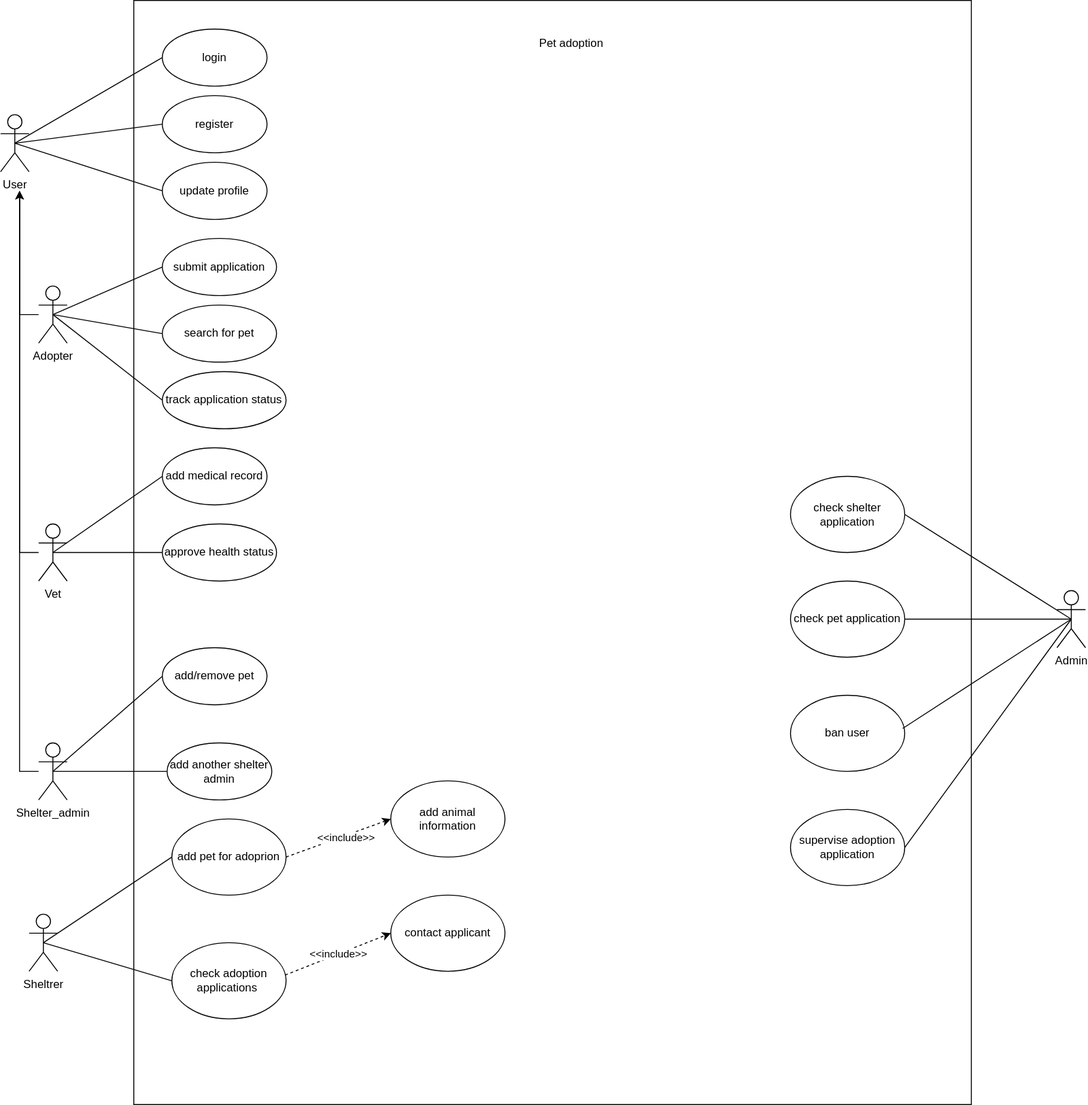
This is UseCaseDiagram.svg from Thomaskald/DistributedSystems, a draw.io export, as it was before one commit. Source tidied: cells renumbered, new cells last; positions are measured from the earlier drawing's top-left corner, leaving out a move shared by most shapes. Source of this version:
```xml
<mxGraphModel>
  <root>
    <mxCell id="0" />
    <mxCell id="1" parent="0" />
    <mxCell id="2" style="rounded=0;whiteSpace=wrap;html=1;" parent="1" vertex="1">
      <mxGeometry x="140" width="880" height="1160" as="geometry" />
    </mxCell>
    <mxCell id="3" value="Pet adoption" style="text;html=1;align=center;verticalAlign=middle;whiteSpace=wrap;rounded=0;" parent="1" vertex="1">
      <mxGeometry x="560" y="30" width="80" height="30" as="geometry" />
    </mxCell>
    <mxCell id="4" value="User" style="shape=umlActor;verticalLabelPosition=bottom;verticalAlign=top;html=1;outlineConnect=0;" parent="1" vertex="1">
      <mxGeometry y="120" width="30" height="60" as="geometry" />
    </mxCell>
    <mxCell id="5" style="edgeStyle=orthogonalEdgeStyle;rounded=0;jettySize=auto;html=1;" parent="1" edge="1" source="6">
      <mxGeometry relative="1" as="geometry">
        <mxPoint x="20" y="200" as="targetPoint" />
      </mxGeometry>
    </mxCell>
    <mxCell id="6" value="Adopter" style="shape=umlActor;verticalLabelPosition=bottom;verticalAlign=top;html=1;outlineConnect=0;" parent="1" vertex="1">
      <mxGeometry x="40" y="300" width="30" height="60" as="geometry" />
    </mxCell>
    <mxCell id="7" style="edgeStyle=orthogonalEdgeStyle;rounded=0;jettySize=auto;html=1;" parent="1" edge="1" source="8">
      <mxGeometry relative="1" as="geometry">
        <mxPoint x="20" y="200" as="targetPoint" />
      </mxGeometry>
    </mxCell>
    <mxCell id="8" value="Vet" style="shape=umlActor;verticalLabelPosition=bottom;verticalAlign=top;html=1;outlineConnect=0;" parent="1" vertex="1">
      <mxGeometry x="40" y="550" width="30" height="60" as="geometry" />
    </mxCell>
    <mxCell id="9" style="edgeStyle=orthogonalEdgeStyle;rounded=0;jettySize=auto;html=1;" parent="1" edge="1" source="10">
      <mxGeometry relative="1" as="geometry">
        <mxPoint x="20" y="200" as="targetPoint" />
      </mxGeometry>
    </mxCell>
    <mxCell id="10" value="Shelter_admin" style="shape=umlActor;verticalLabelPosition=bottom;verticalAlign=top;html=1;outlineConnect=0;" parent="1" vertex="1">
      <mxGeometry x="40" y="780" width="30" height="60" as="geometry" />
    </mxCell>
    <mxCell id="11" value="login" style="ellipse;whiteSpace=wrap;html=1;" parent="1" vertex="1">
      <mxGeometry x="170" y="30" width="110" height="60" as="geometry" />
    </mxCell>
    <mxCell id="12" style="endArrow=none;html=1;rounded=0;exitX=0.5;exitY=0.5;exitDx=0;exitDy=0;exitPerimeter=0;entryX=0;entryY=0.5;entryDx=0;entryDy=0;" parent="1" edge="1" source="4" target="11">
      <mxGeometry relative="1" as="geometry" />
    </mxCell>
    <mxCell id="13" value="register" style="ellipse;whiteSpace=wrap;html=1;" parent="1" vertex="1">
      <mxGeometry x="170" y="100" width="110" height="60" as="geometry" />
    </mxCell>
    <mxCell id="14" style="endArrow=none;html=1;rounded=0;exitX=0.5;exitY=0.5;exitDx=0;exitDy=0;exitPerimeter=0;entryX=0;entryY=0.5;entryDx=0;entryDy=0;" parent="1" edge="1" source="4" target="13">
      <mxGeometry relative="1" as="geometry" />
    </mxCell>
    <mxCell id="15" value="update profile" style="ellipse;whiteSpace=wrap;html=1;" parent="1" vertex="1">
      <mxGeometry x="170" y="170" width="110" height="60" as="geometry" />
    </mxCell>
    <mxCell id="16" style="endArrow=none;html=1;rounded=0;exitX=0.5;exitY=0.5;exitDx=0;exitDy=0;exitPerimeter=0;entryX=0;entryY=0.5;entryDx=0;entryDy=0;" parent="1" edge="1" source="4" target="15">
      <mxGeometry relative="1" as="geometry" />
    </mxCell>
    <mxCell id="17" value="submit application" style="ellipse;whiteSpace=wrap;html=1;" parent="1" vertex="1">
      <mxGeometry x="170" y="250" width="120" height="60" as="geometry" />
    </mxCell>
    <mxCell id="18" style="endArrow=none;html=1;rounded=0;entryX=0;entryY=0.5;entryDx=0;entryDy=0;exitX=0.5;exitY=0.5;exitDx=0;exitDy=0;exitPerimeter=0;" parent="1" edge="1" source="6" target="17">
      <mxGeometry relative="1" as="geometry" />
    </mxCell>
    <mxCell id="19" value="search for pet" style="ellipse;whiteSpace=wrap;html=1;" parent="1" vertex="1">
      <mxGeometry x="170" y="320" width="120" height="60" as="geometry" />
    </mxCell>
    <mxCell id="20" style="endArrow=none;html=1;rounded=0;entryX=0;entryY=0.5;entryDx=0;entryDy=0;exitX=0.5;exitY=0.5;exitDx=0;exitDy=0;exitPerimeter=0;" parent="1" edge="1" source="6" target="19">
      <mxGeometry relative="1" as="geometry" />
    </mxCell>
    <mxCell id="21" value="track application status" style="ellipse;whiteSpace=wrap;html=1;" parent="1" vertex="1">
      <mxGeometry x="170" y="390" width="130" height="60" as="geometry" />
    </mxCell>
    <mxCell id="22" style="endArrow=none;html=1;rounded=0;exitX=0.5;exitY=0.5;exitDx=0;exitDy=0;exitPerimeter=0;entryX=0;entryY=0.5;entryDx=0;entryDy=0;" parent="1" edge="1" source="6" target="21">
      <mxGeometry relative="1" as="geometry" />
    </mxCell>
    <mxCell id="23" value="add medical record" style="ellipse;whiteSpace=wrap;html=1;" parent="1" vertex="1">
      <mxGeometry x="170" y="470" width="110" height="60" as="geometry" />
    </mxCell>
    <mxCell id="24" style="endArrow=none;html=1;rounded=0;exitX=0.5;exitY=0.5;exitDx=0;exitDy=0;exitPerimeter=0;entryX=0;entryY=0.5;entryDx=0;entryDy=0;" parent="1" edge="1" source="8" target="23">
      <mxGeometry relative="1" as="geometry" />
    </mxCell>
    <mxCell id="25" value="approve health status" style="ellipse;whiteSpace=wrap;html=1;" parent="1" vertex="1">
      <mxGeometry x="170" y="550" width="120" height="60" as="geometry" />
    </mxCell>
    <mxCell id="26" style="endArrow=none;html=1;rounded=0;exitX=0.5;exitY=0.5;exitDx=0;exitDy=0;exitPerimeter=0;entryX=0;entryY=0.5;entryDx=0;entryDy=0;" parent="1" edge="1" source="8" target="25">
      <mxGeometry relative="1" as="geometry" />
    </mxCell>
    <mxCell id="27" value="add/remove pet" style="ellipse;whiteSpace=wrap;html=1;" parent="1" vertex="1">
      <mxGeometry x="170" y="680" width="110" height="60" as="geometry" />
    </mxCell>
    <mxCell id="28" style="endArrow=none;html=1;rounded=0;exitX=0.5;exitY=0.5;exitDx=0;exitDy=0;exitPerimeter=0;entryX=0;entryY=0.5;entryDx=0;entryDy=0;" parent="1" edge="1" source="10" target="27">
      <mxGeometry relative="1" as="geometry" />
    </mxCell>
    <mxCell id="29" value="add another shelter admin" style="ellipse;whiteSpace=wrap;html=1;" parent="1" vertex="1">
      <mxGeometry x="175" y="780" width="110" height="60" as="geometry" />
    </mxCell>
    <mxCell id="30" style="endArrow=none;html=1;rounded=0;exitX=0.5;exitY=0.5;exitDx=0;exitDy=0;exitPerimeter=0;entryX=0;entryY=0.5;entryDx=0;entryDy=0;" parent="1" edge="1" source="10" target="29">
      <mxGeometry relative="1" as="geometry" />
    </mxCell>
    <mxCell id="31" value="Sheltrer" style="shape=umlActor;verticalLabelPosition=bottom;verticalAlign=top;html=1;outlineConnect=0;" parent="1" vertex="1">
      <mxGeometry x="30" y="960" width="30" height="60" as="geometry" />
    </mxCell>
    <mxCell id="32" value="add pet for adoprion" style="ellipse;whiteSpace=wrap;html=1;" parent="1" vertex="1">
      <mxGeometry x="180" y="860" width="120" height="80" as="geometry" />
    </mxCell>
    <mxCell id="33" style="endArrow=none;html=1;rounded=0;exitX=0.5;exitY=0.5;exitDx=0;exitDy=0;exitPerimeter=0;entryX=0;entryY=0.5;entryDx=0;entryDy=0;" parent="1" edge="1" source="31" target="32">
      <mxGeometry relative="1" as="geometry" />
    </mxCell>
    <mxCell id="34" style="endArrow=classic;html=1;rounded=0;dashed=1;exitX=1;exitY=0.5;exitDx=0;exitDy=0;entryX=0;entryY=0.5;entryDx=0;entryDy=0;" parent="1" edge="1" source="32" target="37">
      <mxGeometry relative="1" as="geometry" />
    </mxCell>
    <mxCell id="35" value="Label" style="edgeLabel;html=1;align=center;verticalAlign=middle;" parent="34" vertex="1">
      <mxGeometry relative="1" as="geometry" />
    </mxCell>
    <mxCell id="36" value="&amp;lt;&amp;lt;include&amp;gt;&amp;gt;" style="edgeLabel;html=1;align=center;verticalAlign=middle;" parent="34" vertex="1">
      <mxGeometry x="0.12" y="-2" relative="1" as="geometry" />
    </mxCell>
    <mxCell id="37" value="add animal information" style="ellipse;whiteSpace=wrap;html=1;" parent="1" vertex="1">
      <mxGeometry x="410" y="820" width="120" height="80" as="geometry" />
    </mxCell>
    <mxCell id="38" value="check adoption applications&amp;nbsp;" style="ellipse;whiteSpace=wrap;html=1;" parent="1" vertex="1">
      <mxGeometry x="180" y="990" width="120" height="80" as="geometry" />
    </mxCell>
    <mxCell id="39" style="endArrow=none;html=1;rounded=0;exitX=0.5;exitY=0.5;exitDx=0;exitDy=0;exitPerimeter=0;entryX=0;entryY=0.5;entryDx=0;entryDy=0;" parent="1" edge="1" source="31" target="38">
      <mxGeometry relative="1" as="geometry" />
    </mxCell>
    <mxCell id="40" style="endArrow=classic;html=1;rounded=0;dashed=1;exitX=0.992;exitY=0.425;exitDx=0;exitDy=0;exitPerimeter=0;entryX=0;entryY=0.5;entryDx=0;entryDy=0;" parent="1" edge="1" source="38" target="42">
      <mxGeometry relative="1" as="geometry" />
    </mxCell>
    <mxCell id="41" value="&amp;lt;&amp;lt;include&amp;gt;&amp;gt;" style="edgeLabel;html=1;align=center;verticalAlign=middle;" parent="40" vertex="1">
      <mxGeometry relative="1" as="geometry" />
    </mxCell>
    <mxCell id="42" value="contact applicant" style="ellipse;whiteSpace=wrap;html=1;" parent="1" vertex="1">
      <mxGeometry x="410" y="940" width="120" height="80" as="geometry" />
    </mxCell>
    <mxCell id="43" value="Admin" style="shape=umlActor;verticalLabelPosition=bottom;verticalAlign=top;html=1;outlineConnect=0;" parent="1" vertex="1">
      <mxGeometry x="1110" y="620" width="30" height="60" as="geometry" />
    </mxCell>
    <mxCell id="44" value="check shelter application" style="ellipse;whiteSpace=wrap;html=1;" parent="1" vertex="1">
      <mxGeometry x="830" y="500" width="120" height="80" as="geometry" />
    </mxCell>
    <mxCell id="45" style="endArrow=none;html=1;rounded=0;exitX=0.5;exitY=0.5;exitDx=0;exitDy=0;exitPerimeter=0;entryX=1;entryY=0.5;entryDx=0;entryDy=0;" parent="1" edge="1" source="43" target="44">
      <mxGeometry relative="1" as="geometry" />
    </mxCell>
    <mxCell id="46" value="check pet application" style="ellipse;whiteSpace=wrap;html=1;" parent="1" vertex="1">
      <mxGeometry x="830" y="610" width="120" height="80" as="geometry" />
    </mxCell>
    <mxCell id="47" style="endArrow=none;html=1;rounded=0;entryX=0.5;entryY=0.5;entryDx=0;entryDy=0;entryPerimeter=0;exitX=1;exitY=0.5;exitDx=0;exitDy=0;" parent="1" edge="1" source="46" target="43">
      <mxGeometry relative="1" as="geometry" />
    </mxCell>
    <mxCell id="48" value="ban user" style="ellipse;whiteSpace=wrap;html=1;" parent="1" vertex="1">
      <mxGeometry x="830" y="730" width="120" height="80" as="geometry" />
    </mxCell>
    <mxCell id="49" style="endArrow=none;html=1;rounded=0;entryX=0.5;entryY=0.5;entryDx=0;entryDy=0;entryPerimeter=0;exitX=0.982;exitY=0.436;exitDx=0;exitDy=0;exitPerimeter=0;" parent="1" edge="1" source="48" target="43">
      <mxGeometry relative="1" as="geometry" />
    </mxCell>
    <mxCell id="50" value="supervise adoption application" style="ellipse;whiteSpace=wrap;html=1;" parent="1" vertex="1">
      <mxGeometry x="830" y="850" width="120" height="80" as="geometry" />
    </mxCell>
    <mxCell id="51" style="endArrow=none;html=1;rounded=0;entryX=0.5;entryY=0.5;entryDx=0;entryDy=0;entryPerimeter=0;exitX=1;exitY=0.5;exitDx=0;exitDy=0;" parent="1" edge="1" source="50" target="43">
      <mxGeometry relative="1" as="geometry" />
    </mxCell>
  </root>
</mxGraphModel>
```
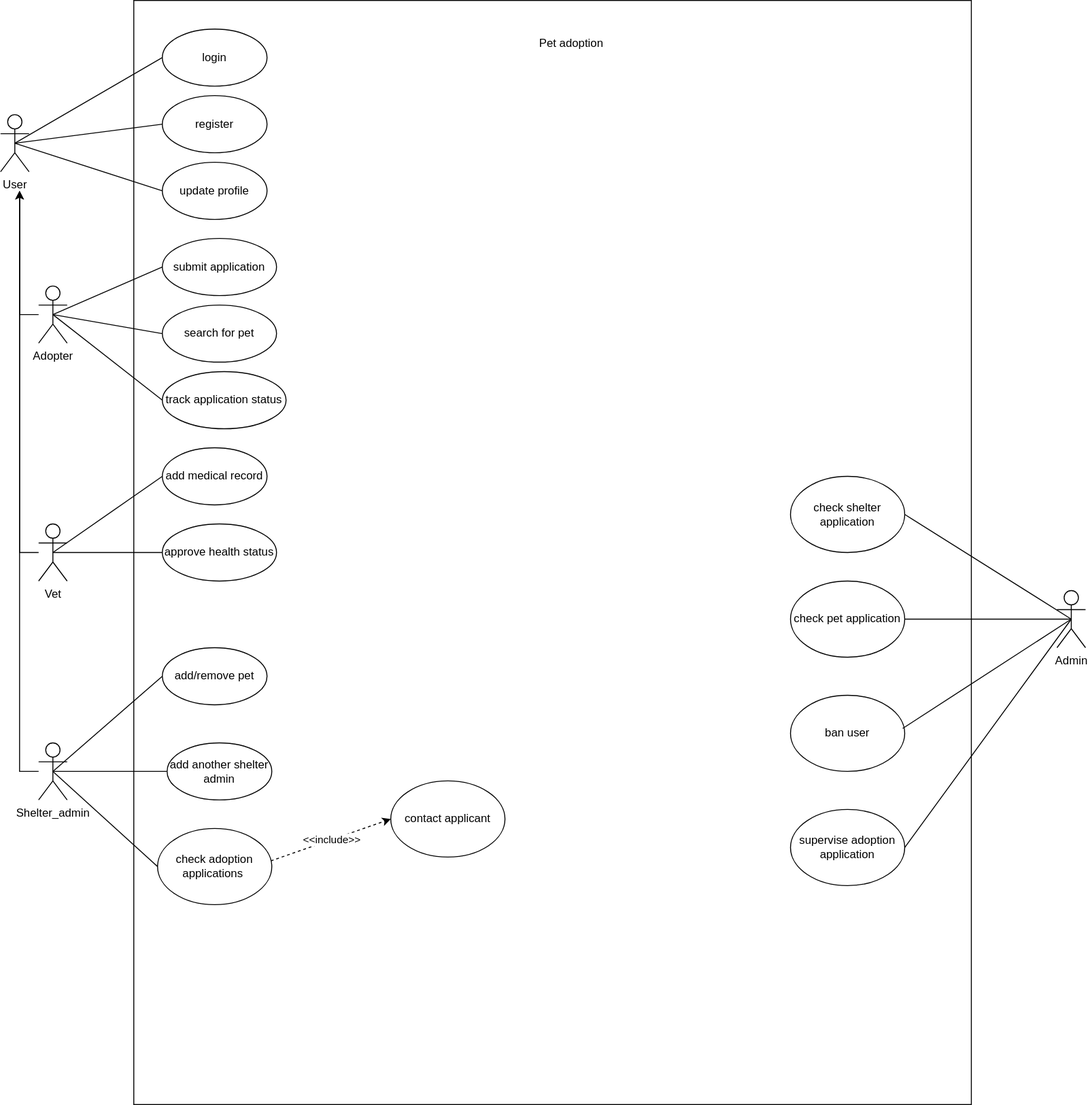
Later version of the same file.

Diff of the diagram source:
```diff
@@ -95,33 +95,9 @@
     <mxCell id="30" style="endArrow=none;html=1;rounded=0;exitX=0.5;exitY=0.5;exitDx=0;exitDy=0;exitPerimeter=0;entryX=0;entryY=0.5;entryDx=0;entryDy=0;" parent="1" edge="1" source="10" target="29">
       <mxGeometry relative="1" as="geometry" />
     </mxCell>
-    <mxCell id="31" value="Sheltrer" style="shape=umlActor;verticalLabelPosition=bottom;verticalAlign=top;html=1;outlineConnect=0;" parent="1" vertex="1">
-      <mxGeometry x="30" y="960" width="30" height="60" as="geometry" />
-    </mxCell>
-    <mxCell id="32" value="add pet for adoprion" style="ellipse;whiteSpace=wrap;html=1;" parent="1" vertex="1">
-      <mxGeometry x="180" y="860" width="120" height="80" as="geometry" />
-    </mxCell>
-    <mxCell id="33" style="endArrow=none;html=1;rounded=0;exitX=0.5;exitY=0.5;exitDx=0;exitDy=0;exitPerimeter=0;entryX=0;entryY=0.5;entryDx=0;entryDy=0;" parent="1" edge="1" source="31" target="32">
-      <mxGeometry relative="1" as="geometry" />
-    </mxCell>
-    <mxCell id="34" style="endArrow=classic;html=1;rounded=0;dashed=1;exitX=1;exitY=0.5;exitDx=0;exitDy=0;entryX=0;entryY=0.5;entryDx=0;entryDy=0;" parent="1" edge="1" source="32" target="37">
-      <mxGeometry relative="1" as="geometry" />
-    </mxCell>
-    <mxCell id="35" value="Label" style="edgeLabel;html=1;align=center;verticalAlign=middle;" parent="34" vertex="1">
-      <mxGeometry relative="1" as="geometry" />
-    </mxCell>
-    <mxCell id="36" value="&amp;lt;&amp;lt;include&amp;gt;&amp;gt;" style="edgeLabel;html=1;align=center;verticalAlign=middle;" parent="34" vertex="1">
-      <mxGeometry x="0.12" y="-2" relative="1" as="geometry" />
-    </mxCell>
-    <mxCell id="37" value="add animal information" style="ellipse;whiteSpace=wrap;html=1;" parent="1" vertex="1">
-      <mxGeometry x="410" y="820" width="120" height="80" as="geometry" />
-    </mxCell>
     <mxCell id="38" value="check adoption applications&amp;nbsp;" style="ellipse;whiteSpace=wrap;html=1;" parent="1" vertex="1">
-      <mxGeometry x="180" y="990" width="120" height="80" as="geometry" />
+      <mxGeometry x="165" y="870" width="120" height="80" as="geometry" />
     </mxCell>
-    <mxCell id="39" style="endArrow=none;html=1;rounded=0;exitX=0.5;exitY=0.5;exitDx=0;exitDy=0;exitPerimeter=0;entryX=0;entryY=0.5;entryDx=0;entryDy=0;" parent="1" edge="1" source="31" target="38">
-      <mxGeometry relative="1" as="geometry" />
-    </mxCell>
     <mxCell id="40" style="endArrow=classic;html=1;rounded=0;dashed=1;exitX=0.992;exitY=0.425;exitDx=0;exitDy=0;exitPerimeter=0;entryX=0;entryY=0.5;entryDx=0;entryDy=0;" parent="1" edge="1" source="38" target="42">
       <mxGeometry relative="1" as="geometry" />
     </mxCell>
@@ -129,7 +105,7 @@
       <mxGeometry relative="1" as="geometry" />
     </mxCell>
     <mxCell id="42" value="contact applicant" style="ellipse;whiteSpace=wrap;html=1;" parent="1" vertex="1">
-      <mxGeometry x="410" y="940" width="120" height="80" as="geometry" />
+      <mxGeometry x="410" y="820" width="120" height="80" as="geometry" />
     </mxCell>
     <mxCell id="43" value="Admin" style="shape=umlActor;verticalLabelPosition=bottom;verticalAlign=top;html=1;outlineConnect=0;" parent="1" vertex="1">
       <mxGeometry x="1110" y="620" width="30" height="60" as="geometry" />
@@ -158,5 +134,8 @@
     <mxCell id="51" style="endArrow=none;html=1;rounded=0;entryX=0.5;entryY=0.5;entryDx=0;entryDy=0;entryPerimeter=0;exitX=1;exitY=0.5;exitDx=0;exitDy=0;" parent="1" edge="1" source="50" target="43">
       <mxGeometry relative="1" as="geometry" />
     </mxCell>
+    <mxCell id="52" style="endArrow=none;html=1;rounded=0;exitX=0.5;exitY=0.5;exitDx=0;exitDy=0;exitPerimeter=0;entryX=0;entryY=0.5;entryDx=0;entryDy=0;" parent="1" edge="1" source="10" target="38">
+      <mxGeometry relative="1" as="geometry" />
+    </mxCell>
   </root>
 </mxGraphModel>
```
